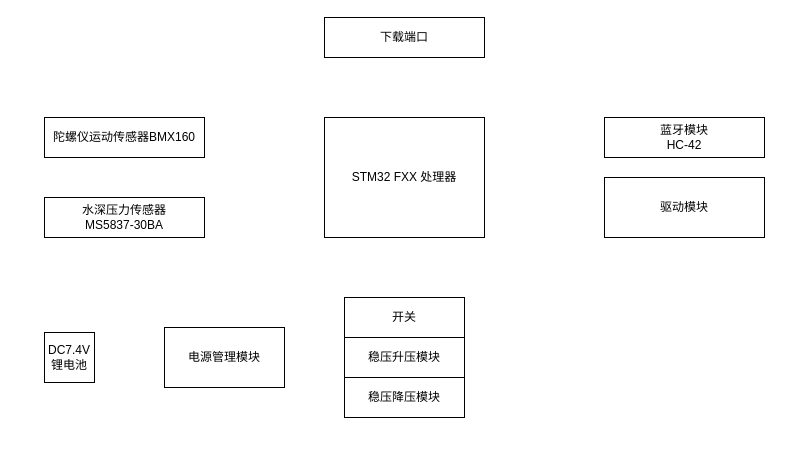
Before: control2.drawio in chiguaren3/drawio_project, a draw.io diagram. Source tidied: cells renumbered, new cells numbered last; positions are measured from the earlier drawing's top-left corner, leaving out a move shared by most shapes. Both pictures are drawn from the tidied source at 100%, with x=0, y=0 at pixel (44, 17).
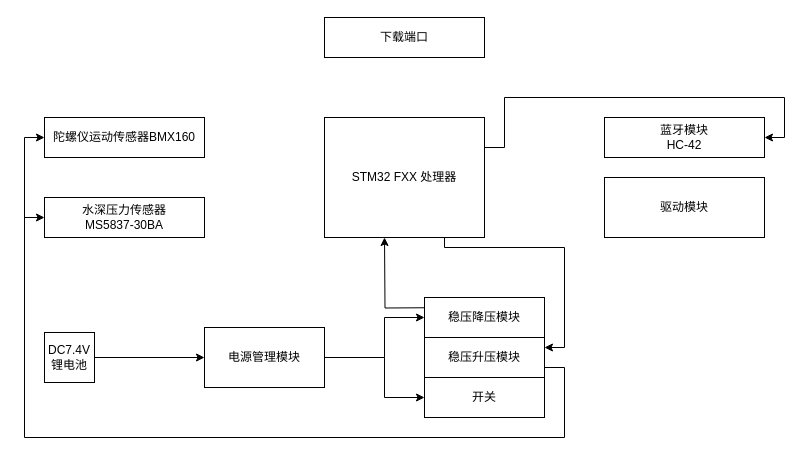
The same diagram, later.

The change refers to these unchanged cells:
```xml
<mxCell id="2" value="STM32 FXX 处理器" style="rounded=0;whiteSpace=wrap;html=1;" parent="1" vertex="1">
  <mxGeometry x="280" y="100" width="160" height="120" as="geometry" />
</mxCell>
<mxCell id="3" value="陀螺仪运动传感器&lt;span style=&quot;background-color: transparent; color: light-dark(rgb(0, 0, 0), rgb(255, 255, 255));&quot;&gt;BMX160&lt;/span&gt;" style="rounded=0;whiteSpace=wrap;html=1;" parent="1" vertex="1">
  <mxGeometry y="100" width="160" height="40" as="geometry" />
</mxCell>
<mxCell id="5" value="水深压力传感器&lt;div&gt;MS5837-30BA&lt;/div&gt;" style="rounded=0;whiteSpace=wrap;html=1;" parent="1" vertex="1">
  <mxGeometry y="180" width="160" height="40" as="geometry" />
</mxCell>
<mxCell id="6" value="蓝牙模块&lt;div&gt;HC-42&lt;/div&gt;" style="rounded=0;whiteSpace=wrap;html=1;" parent="1" vertex="1">
  <mxGeometry x="560" y="100" width="160" height="40" as="geometry" />
</mxCell>
<mxCell id="12" value="DC7.4V&lt;div&gt;锂电池&lt;/div&gt;" style="rounded=0;whiteSpace=wrap;html=1;" parent="1" vertex="1">
  <mxGeometry y="315" width="50" height="50" as="geometry" />
</mxCell>
```

Change to the diagram source:
```diff
@@
+    <mxCell id="13" style="edgeStyle=orthogonalEdgeStyle;rounded=0;jettySize=auto;html=1;exitX=1;exitY=0.25;exitDx=0;exitDy=0;entryX=1;entryY=0.5;entryDx=0;entryDy=0;" parent="1" edge="1" source="2" target="6">
+      <mxGeometry relative="1" as="geometry">
+        <Array as="points">
+          <mxPoint x="460" y="130" />
+          <mxPoint x="460" y="80" />
+          <mxPoint x="740" y="80" />
+          <mxPoint x="740" y="120" />
+        </Array>
+      </mxGeometry>
+    </mxCell>
+    <mxCell id="14" style="edgeStyle=orthogonalEdgeStyle;rounded=0;orthogonalLoop=1;jettySize=auto;html=1;exitX=0.75;exitY=1;exitDx=0;exitDy=0;entryX=1;entryY=0.5;entryDx=0;entryDy=0;" parent="1" edge="1">
+      <mxGeometry relative="1" as="geometry">
+        <mxPoint x="400" y="210" as="sourcePoint" />
+        <mxPoint x="500" y="330" as="targetPoint" />
+        <Array as="points">
+          <mxPoint x="400" y="230" />
+          <mxPoint x="520" y="230" />
+          <mxPoint x="520" y="330" />
+        </Array>
+      </mxGeometry>
+    </mxCell>
@@
     <mxCell id="8" value="电源管理模块" style="rounded=0;whiteSpace=wrap;html=1;" parent="1" vertex="1">
-      <mxGeometry x="120" y="310" width="120" height="60" as="geometry" />
+      <mxGeometry x="160" y="310" width="120" height="60" as="geometry" />
     </mxCell>
+    <mxCell id="15" style="edgeStyle=orthogonalEdgeStyle;rounded=0;jettySize=auto;html=1;exitX=1;exitY=0.75;exitDx=0;exitDy=0;entryX=0;entryY=0.5;entryDx=0;entryDy=0;" parent="1" edge="1" source="9" target="3">
+      <mxGeometry relative="1" as="geometry">
+        <Array as="points">
+          <mxPoint x="520" y="350" />
+          <mxPoint x="520" y="420" />
+          <mxPoint x="-20" y="420" />
+          <mxPoint x="-20" y="120" />
+        </Array>
+      </mxGeometry>
+    </mxCell>
     <mxCell id="9" value="稳压升压模块" style="rounded=0;whiteSpace=wrap;html=1;" parent="1" vertex="1">
-      <mxGeometry x="300" y="320" width="120" height="40" as="geometry" />
+      <mxGeometry x="380" y="320" width="120" height="40" as="geometry" />
     </mxCell>
-    <mxCell id="10" value="稳压降压模块" style="rounded=0;whiteSpace=wrap;html=1;" parent="1" vertex="1">
-      <mxGeometry x="300" y="360" width="120" height="40" as="geometry" />
+    <mxCell id="10" value="开关" style="rounded=0;whiteSpace=wrap;html=1;" parent="1" vertex="1">
+      <mxGeometry x="380" y="360" width="120" height="40" as="geometry" />
     </mxCell>
+    <mxCell id="16" style="edgeStyle=orthogonalEdgeStyle;rounded=0;orthogonalLoop=1;jettySize=auto;html=1;exitX=0;exitY=0.25;exitDx=0;exitDy=0;entryX=0.5;entryY=1;entryDx=0;entryDy=0;" parent="1" edge="1">
+      <mxGeometry relative="1" as="geometry">
+        <mxPoint x="420" y="290" as="sourcePoint" />
+        <mxPoint x="340" y="220" as="targetPoint" />
+      </mxGeometry>
+    </mxCell>
-    <mxCell id="11" value="开关" style="rounded=0;whiteSpace=wrap;html=1;" parent="1" vertex="1">
-      <mxGeometry x="300" y="280" width="120" height="40" as="geometry" />
+    <mxCell id="11" value="稳压降压模块" style="rounded=0;whiteSpace=wrap;html=1;" parent="1" vertex="1">
+      <mxGeometry x="380" y="280" width="120" height="40" as="geometry" />
     </mxCell>
+    <mxCell id="17" style="edgeStyle=orthogonalEdgeStyle;rounded=0;jettySize=auto;html=1;exitX=1;exitY=0.5;exitDx=0;exitDy=0;entryX=0;entryY=0.5;entryDx=0;entryDy=0;" parent="1" edge="1" source="12" target="8">
+      <mxGeometry relative="1" as="geometry" />
+    </mxCell>
@@
+    <mxCell id="18" style="endArrow=none;html=1;rounded=0;exitX=1;exitY=0.5;exitDx=0;exitDy=0;" parent="1" edge="1" source="8">
+      <mxGeometry relative="1" as="geometry">
+        <mxPoint x="340" y="340" as="targetPoint" />
+      </mxGeometry>
+    </mxCell>
+    <mxCell id="19" style="endArrow=classic;html=1;rounded=0;entryX=0;entryY=0.5;entryDx=0;entryDy=0;" parent="1" edge="1" target="11">
+      <mxGeometry relative="1" as="geometry">
+        <mxPoint x="340" y="340" as="sourcePoint" />
+        <Array as="points">
+          <mxPoint x="340" y="300" />
+        </Array>
+      </mxGeometry>
+    </mxCell>
+    <mxCell id="20" style="endArrow=classic;html=1;rounded=0;entryX=0;entryY=0.5;entryDx=0;entryDy=0;" parent="1" edge="1" target="10">
+      <mxGeometry relative="1" as="geometry">
+        <mxPoint x="340" y="340" as="sourcePoint" />
+        <Array as="points">
+          <mxPoint x="340" y="380" />
+        </Array>
+      </mxGeometry>
+    </mxCell>
+    <mxCell id="21" style="endArrow=classic;html=1;rounded=0;entryX=0;entryY=0.5;entryDx=0;entryDy=0;" parent="1" edge="1" target="5">
+      <mxGeometry relative="1" as="geometry">
+        <mxPoint x="-20" y="200" as="sourcePoint" />
+      </mxGeometry>
+    </mxCell>
```
